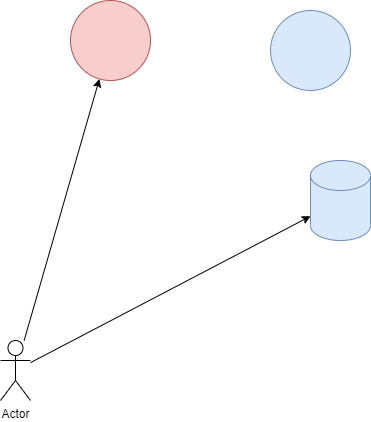
Before: test.png, a diagram exported from draw.io (wojga-orsted/drawio-test). Source tidied: cells renumbered, new cells last; positions are measured from the earlier drawing's top-left corner, leaving out a move shared by most shapes.
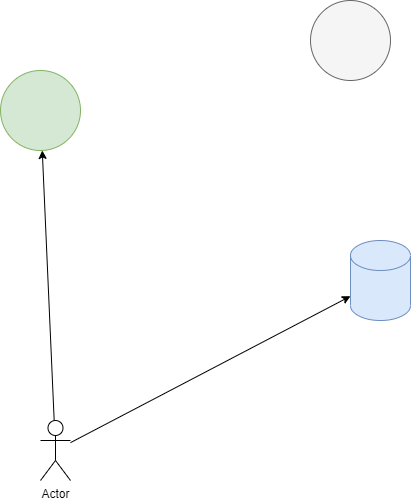
The same file after the commit.

Diff of the diagram source:
```diff
@@ -2,8 +2,8 @@
   <root>
     <mxCell id="0" />
     <mxCell id="1" parent="0" />
-    <mxCell id="2" style="ellipse;whiteSpace=wrap;html=1;fillColor=#f8cecc;strokeColor=#b85450;" parent="1" vertex="1">
-      <mxGeometry x="70" width="80" height="80" as="geometry" />
+    <mxCell id="2" style="ellipse;whiteSpace=wrap;html=1;fillColor=#d5e8d4;strokeColor=#82b366;" parent="1" vertex="1">
+      <mxGeometry x="-40" y="-10" width="80" height="80" as="geometry" />
     </mxCell>
     <mxCell id="3" style="shape=cylinder3;whiteSpace=wrap;html=1;boundedLbl=1;backgroundOutline=1;size=15;fillColor=#dae8fc;strokeColor=#6c8ebf;" parent="1" vertex="1">
       <mxGeometry x="310" y="160" width="60" height="80" as="geometry" />
@@ -17,8 +17,8 @@
     <mxCell id="6" value="Actor" style="shape=umlActor;verticalLabelPosition=bottom;verticalAlign=top;html=1;outlineConnect=0;" parent="1" vertex="1">
       <mxGeometry y="340" width="30" height="60" as="geometry" />
     </mxCell>
-    <mxCell id="7" style="ellipse;whiteSpace=wrap;html=1;fillColor=#dae8fc;strokeColor=#6c8ebf;" parent="1" vertex="1">
-      <mxGeometry x="270" y="10" width="80" height="80" as="geometry" />
+    <mxCell id="7" style="ellipse;whiteSpace=wrap;html=1;fillColor=#f5f5f5;strokeColor=#666666;fontColor=#333333;" parent="1" vertex="1">
+      <mxGeometry x="270" y="-80" width="80" height="80" as="geometry" />
     </mxCell>
   </root>
 </mxGraphModel>
```
